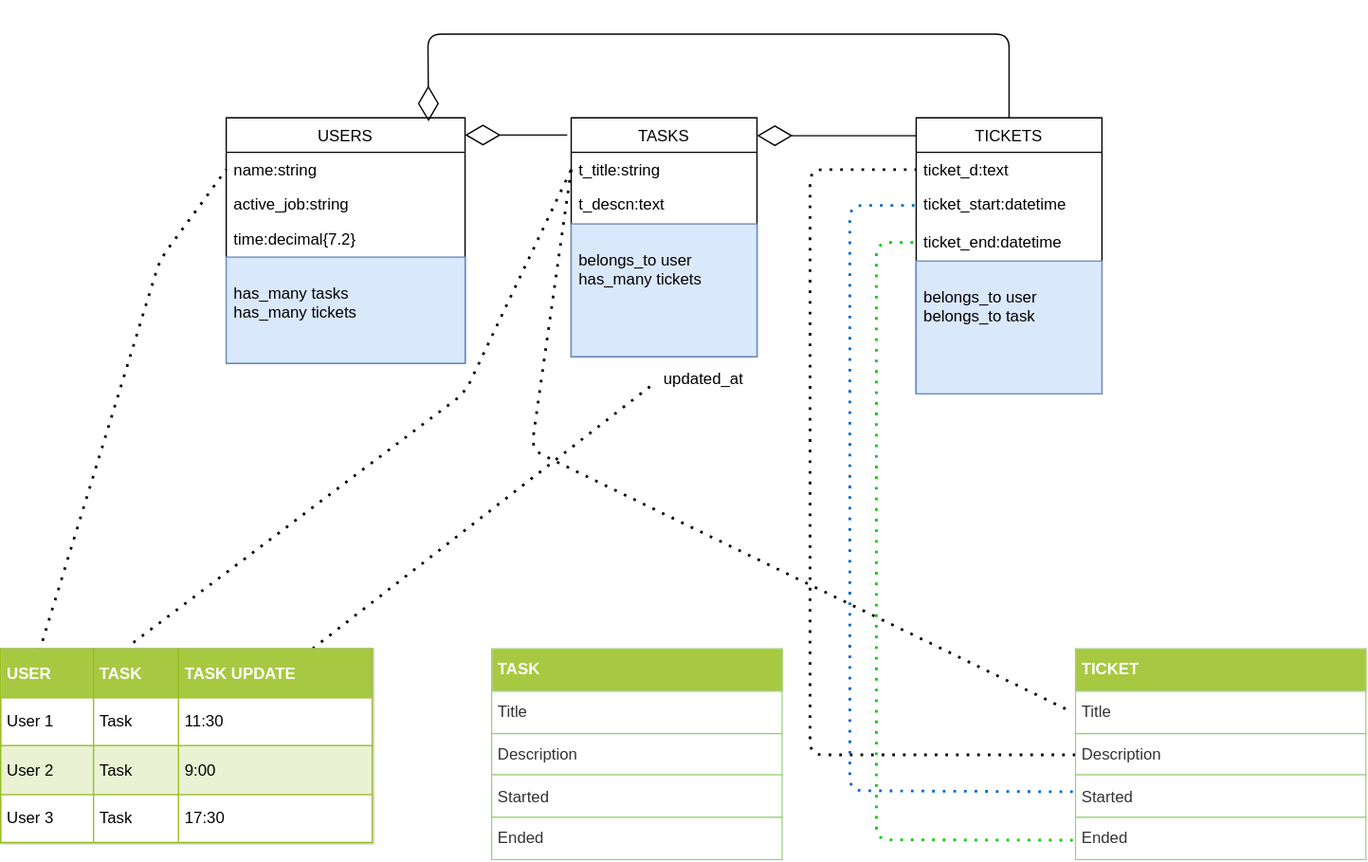
This is Copy of MyApp_old.svg from Roru-cmd/Myapp, a draw.io export, as it was before one commit. Source tidied: cells renumbered, new cells last; positions are measured from the earlier drawing's top-left corner, leaving out a move shared by most shapes.
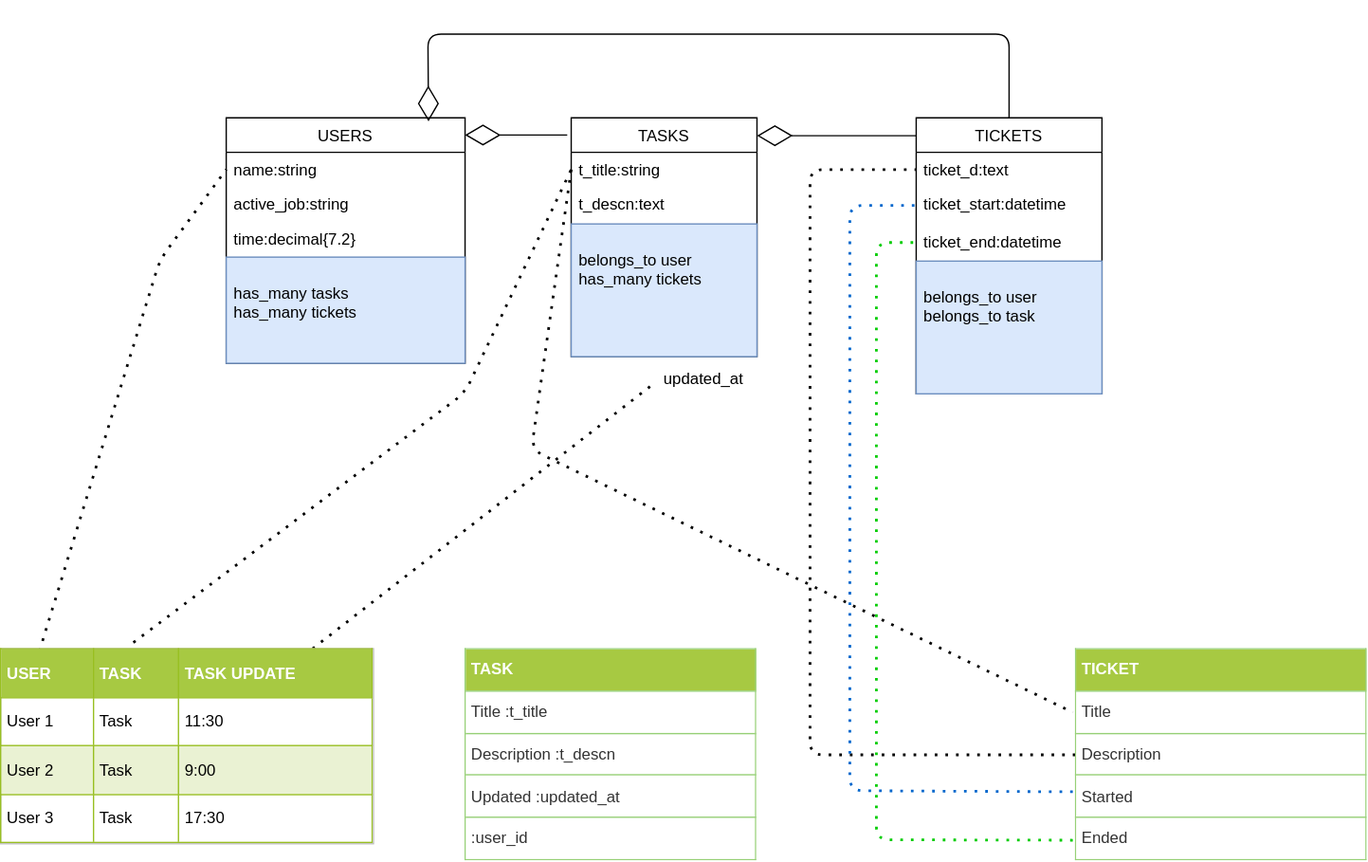
Later version of the same file.

What changed in the source:
```diff
@@ -129,8 +129,8 @@
         </Array>
       </mxGeometry>
     </mxCell>
-    <mxCell id="30" value="&lt;table border=&quot;1&quot; width=&quot;100%&quot; cellpadding=&quot;4&quot; style=&quot;width: 100% ; height: 100% ; border-collapse: collapse ; border: 1px solid rgb(151 , 208 , 119)&quot;&gt;&lt;tbody&gt;&lt;tr style=&quot;background-color: rgb(167 , 201 , 66) ; color: rgb(255 , 255 , 255)&quot;&gt;&lt;th align=&quot;left&quot;&gt;TASK&lt;/th&gt;&lt;/tr&gt;&lt;tr&gt;&lt;td&gt;Title&lt;/td&gt;&lt;/tr&gt;&lt;tr&gt;&lt;td&gt;Description&lt;/td&gt;&lt;/tr&gt;&lt;tr&gt;&lt;td&gt;Started&amp;nbsp;&lt;/td&gt;&lt;/tr&gt;&lt;tr&gt;&lt;td&gt;Ended&lt;/td&gt;&lt;/tr&gt;&lt;/tbody&gt;&lt;/table&gt;" style="text;html=1;overflow=fill;rounded=0;fontColor=#333333;" parent="1" vertex="1">
-      <mxGeometry x="370" y="463" width="220" height="160" as="geometry" />
+    <mxCell id="30" value="&lt;table border=&quot;1&quot; width=&quot;100%&quot; cellpadding=&quot;4&quot; style=&quot;width: 100% ; height: 100% ; border-collapse: collapse ; border: 1px solid rgb(151 , 208 , 119)&quot;&gt;&lt;tbody&gt;&lt;tr style=&quot;background-color: rgb(167 , 201 , 66) ; color: rgb(255 , 255 , 255)&quot;&gt;&lt;th align=&quot;left&quot;&gt;TASK&lt;/th&gt;&lt;/tr&gt;&lt;tr&gt;&lt;td&gt;Title :t_title&lt;/td&gt;&lt;/tr&gt;&lt;tr&gt;&lt;td&gt;Description :t_descn&lt;/td&gt;&lt;/tr&gt;&lt;tr&gt;&lt;td&gt;Updated :updated_at&lt;/td&gt;&lt;/tr&gt;&lt;tr&gt;&lt;td&gt;:user_id&lt;/td&gt;&lt;/tr&gt;&lt;/tbody&gt;&lt;/table&gt;" style="text;html=1;overflow=fill;rounded=0;fontColor=#333333;" parent="1" vertex="1">
+      <mxGeometry x="350" y="463" width="220" height="160" as="geometry" />
     </mxCell>
   </root>
 </mxGraphModel>
```
